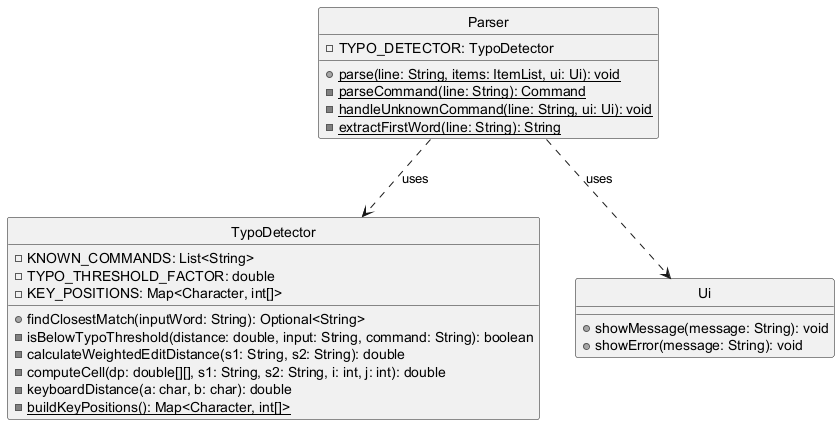
Above: docs/diagrams/TypoDetectorClassDiagram.png in adbsw/tp (PlantUML), before the change.
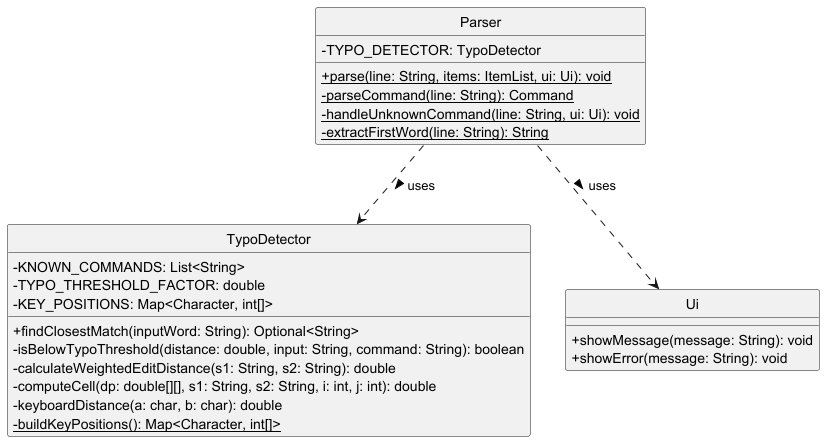
After the change.

Diff of the diagram source:
```diff
@@ -1,6 +1,7 @@
 @startuml
 skinparam monochrome true
 skinparam shadowing false
+skinparam classAttributeIconSize 0
 hide circle
 
 class Parser {
@@ -28,7 +29,7 @@
     + showError(message: String): void
 }
 
-Parser ..> TypoDetector : uses
-Parser ..> Ui : uses
+Parser ..> TypoDetector : uses >
+Parser ..> Ui : uses >
 
 @enduml
```
